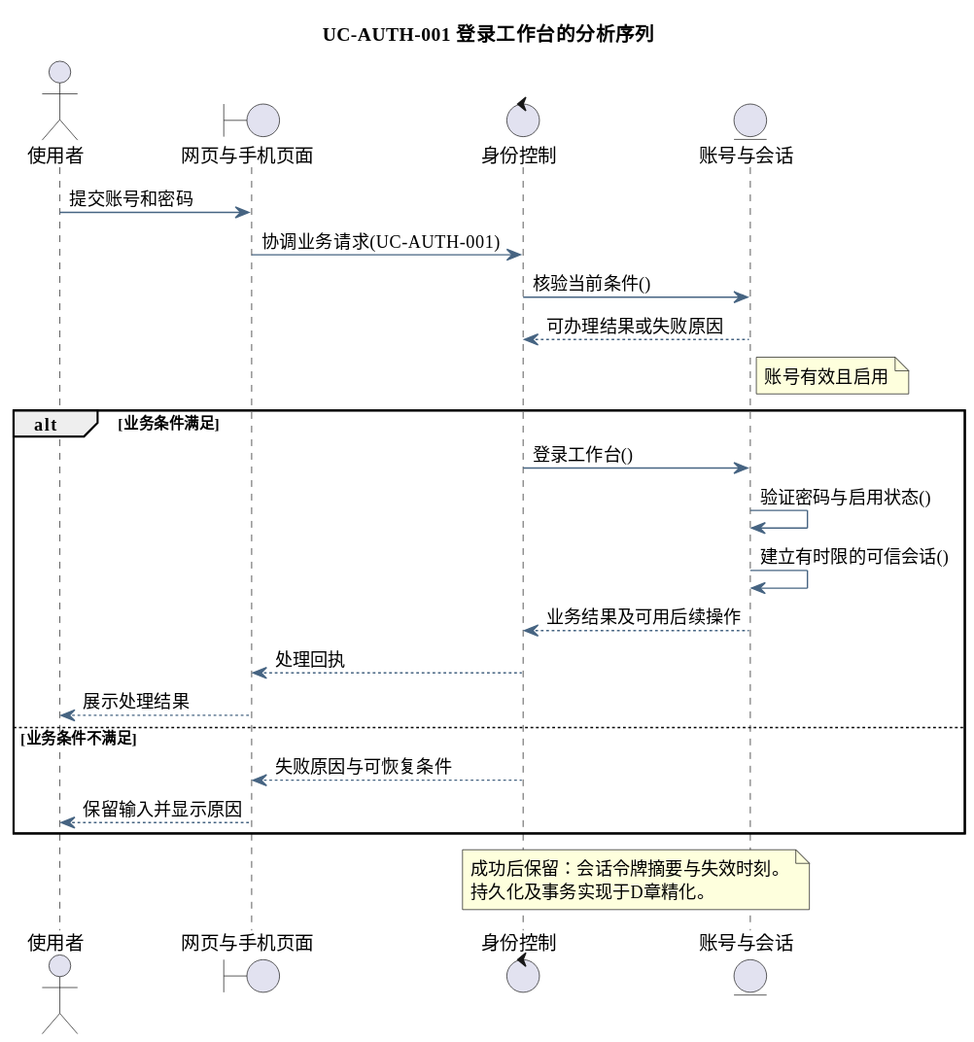
This is docs/diagrams/analysis/seq-uc-auth-001.svg from tccc1csu/miniprogram-csu, a PlantUML export, as it was before one commit.
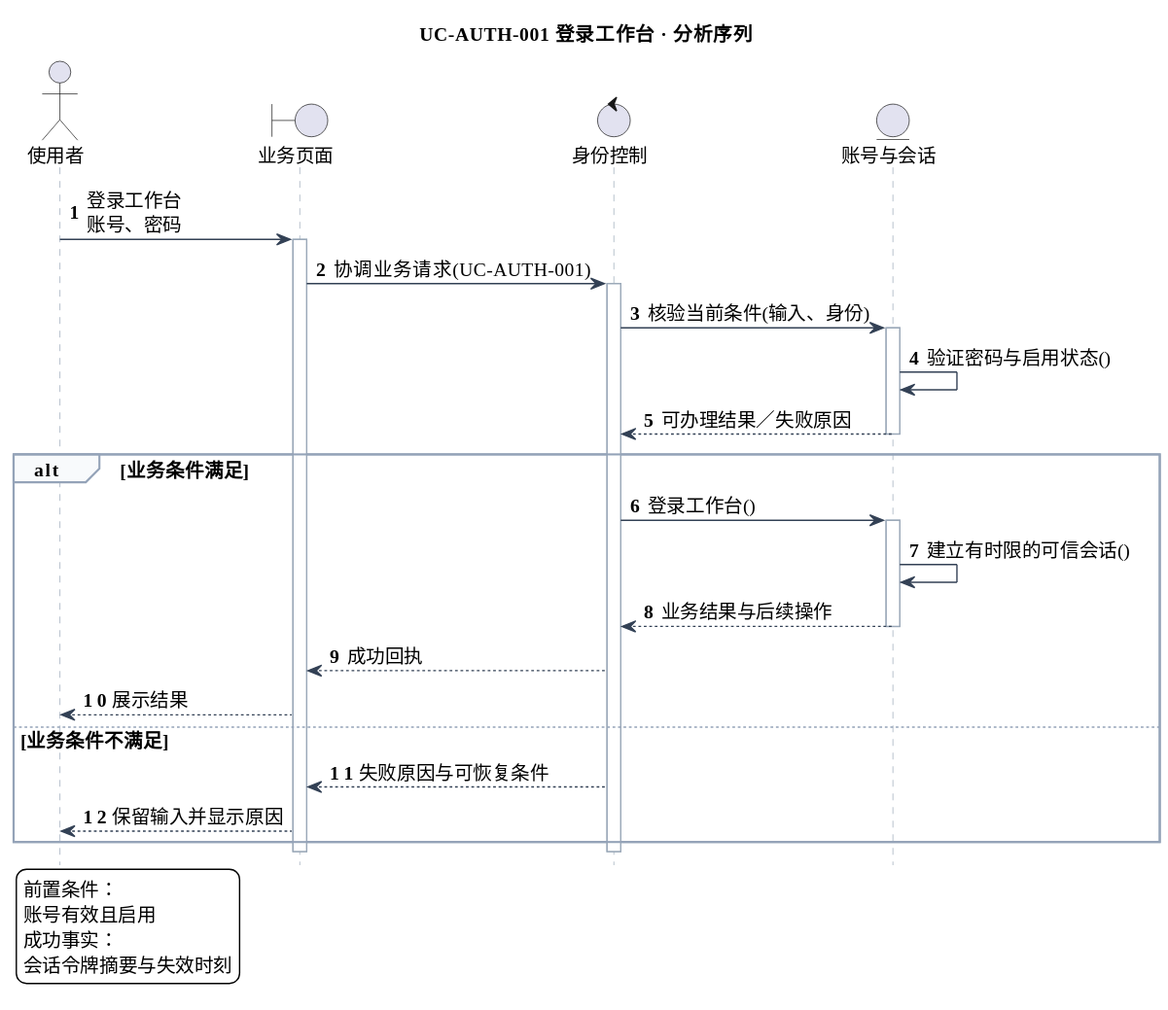
The same diagram one commit later.

Diff of the diagram source:
```diff
@@ -5,31 +5,47 @@
 skinparam ArrowColor #466482
 skinparam classAttributeIconSize 0
 hide empty members
-title UC-AUTH-001 登录工作台的分析序列
+skinparam defaultFontSize 14
+skinparam sequenceLifeLineBorderColor #9AA8B8
+skinparam sequenceArrowColor #334155
+skinparam sequenceGroupBorderColor #94A3B8
+skinparam sequenceGroupBackgroundColor #F8FAFC
+skinparam sequenceParticipantPadding 18
+skinparam maxMessageSize 240
+hide footbox
+autonumber
+title UC-AUTH-001 登录工作台 · 分析序列
 actor "使用者" as actor
-boundary "网页与手机页面" as page
+boundary "业务页面" as page
 control "身份控制" as ctl
 entity "账号与会话" as model
-actor -> page : 提交账号和密码
+actor -> page : 登录工作台\n账号、密码
+activate page
 page -> ctl : 协调业务请求(UC-AUTH-001)
-ctl -> model : 核验当前条件()
-model --> ctl : 可办理结果或失败原因
-note right of model
-账号有效且启用
-end note
+activate ctl
+ctl -> model : 核验当前条件(输入、身份)
+activate model
+model -> model : 验证密码与启用状态()
+model --> ctl : 可办理结果／失败原因
+deactivate model
 alt 业务条件满足
 ctl -> model : 登录工作台()
-model -> model : 验证密码与启用状态()
+activate model
 model -> model : 建立有时限的可信会话()
-model --> ctl : 业务结果及可用后续操作
-ctl --> page : 处理回执
-page --> actor : 展示处理结果
+model --> ctl : 业务结果与后续操作
+deactivate model
+ctl --> page : 成功回执
+page --> actor : 展示结果
 else 业务条件不满足
 ctl --> page : 失败原因与可恢复条件
 page --> actor : 保留输入并显示原因
 end
-note over ctl,model
-成功后保留：会话令牌摘要与失效时刻。
-持久化及事务实现于D章精化。
-end note
+deactivate ctl
+deactivate page
+legend bottom left
+前置条件：
+账号有效且启用
+成功事实：
+会话令牌摘要与失效时刻
+endlegend
 @enduml
```
